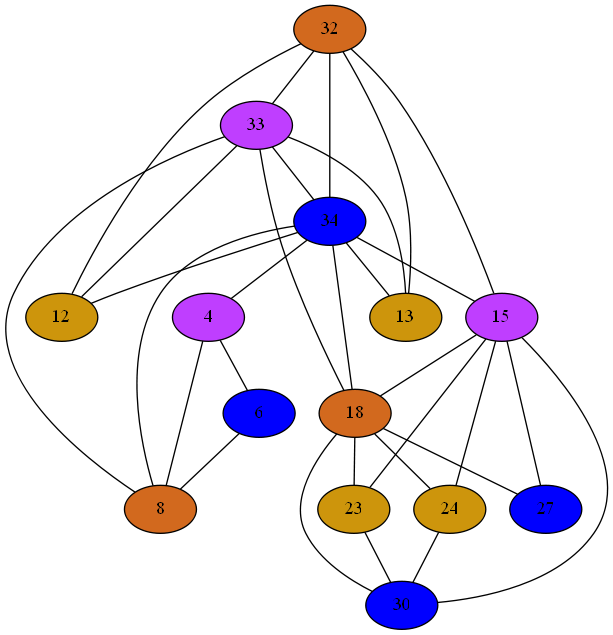
mbajaj92/Project-Astoria keeps this Graphviz diagram as Compiler/10iGraph.png. Above is the earlier version. Its source is kept beside it as Compiler/10iGraph.dot.
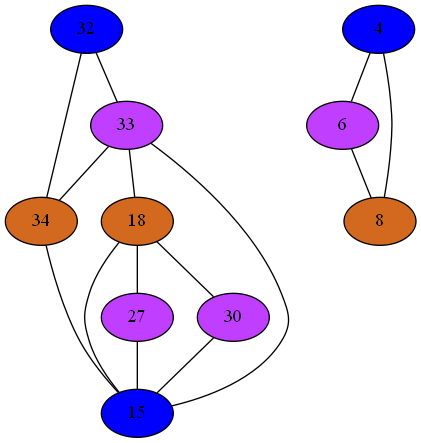
After the commit.

What changed in the source:
```diff
@@ -1,76 +1,40 @@
 strict graph {
-32[label="32" style=filled fillcolor="chocolate"];
+32[label="32" style=filled fillcolor="blue1"];
 32 -- 33
 32 -- 34
-32 -- 12
-32 -- 13
-32 -- 15
 33[label="33" style=filled fillcolor="darkorchid1"];
 33 -- 32
 33 -- 34
 33 -- 18
-33 -- 8
-33 -- 12
-33 -- 13
-34[label="34" style=filled fillcolor="blue1"];
+33 -- 15
+34[label="34" style=filled fillcolor="chocolate"];
 34 -- 32
 34 -- 33
-34 -- 18
-34 -- 4
-34 -- 8
-34 -- 12
-34 -- 13
 34 -- 15
-4[label="4" style=filled fillcolor="darkorchid1"];
-4 -- 34
+18[label="18" style=filled fillcolor="chocolate"];
+18 -- 33
+18 -- 27
+18 -- 30
+18 -- 15
+4[label="4" style=filled fillcolor="blue1"];
 4 -- 6
 4 -- 8
-6[label="6" style=filled fillcolor="blue1"];
+6[label="6" style=filled fillcolor="darkorchid1"];
 6 -- 4
 6 -- 8
 8[label="8" style=filled fillcolor="chocolate"];
-8 -- 33
-8 -- 34
 8 -- 4
 8 -- 6
-12[label="12" style=filled fillcolor="darkgoldenrod3"];
-12 -- 32
-12 -- 33
-12 -- 34
-13[label="13" style=filled fillcolor="darkgoldenrod3"];
-13 -- 32
-13 -- 33
-13 -- 34
-15[label="15" style=filled fillcolor="darkorchid1"];
-15 -- 32
+27[label="27" style=filled fillcolor="darkorchid1"];
+27 -- 18
+27 -- 15
+30[label="30" style=filled fillcolor="darkorchid1"];
+30 -- 18
+30 -- 15
+15[label="15" style=filled fillcolor="blue1"];
+15 -- 33
+15 -- 18
 15 -- 34
-15 -- 18
-15 -- 23
-15 -- 24
 15 -- 27
 15 -- 30
-18[label="18" style=filled fillcolor="chocolate"];
-18 -- 33
-18 -- 34
-18 -- 23
-18 -- 24
-18 -- 27
-18 -- 30
-18 -- 15
-23[label="23" style=filled fillcolor="darkgoldenrod3"];
-23 -- 18
-23 -- 30
-23 -- 15
-24[label="24" style=filled fillcolor="darkgoldenrod3"];
-24 -- 18
-24 -- 30
-24 -- 15
-27[label="27" style=filled fillcolor="blue1"];
-27 -- 18
-27 -- 15
-30[label="30" style=filled fillcolor="blue1"];
-30 -- 18
-30 -- 23
-30 -- 24
-30 -- 15
 }
```
